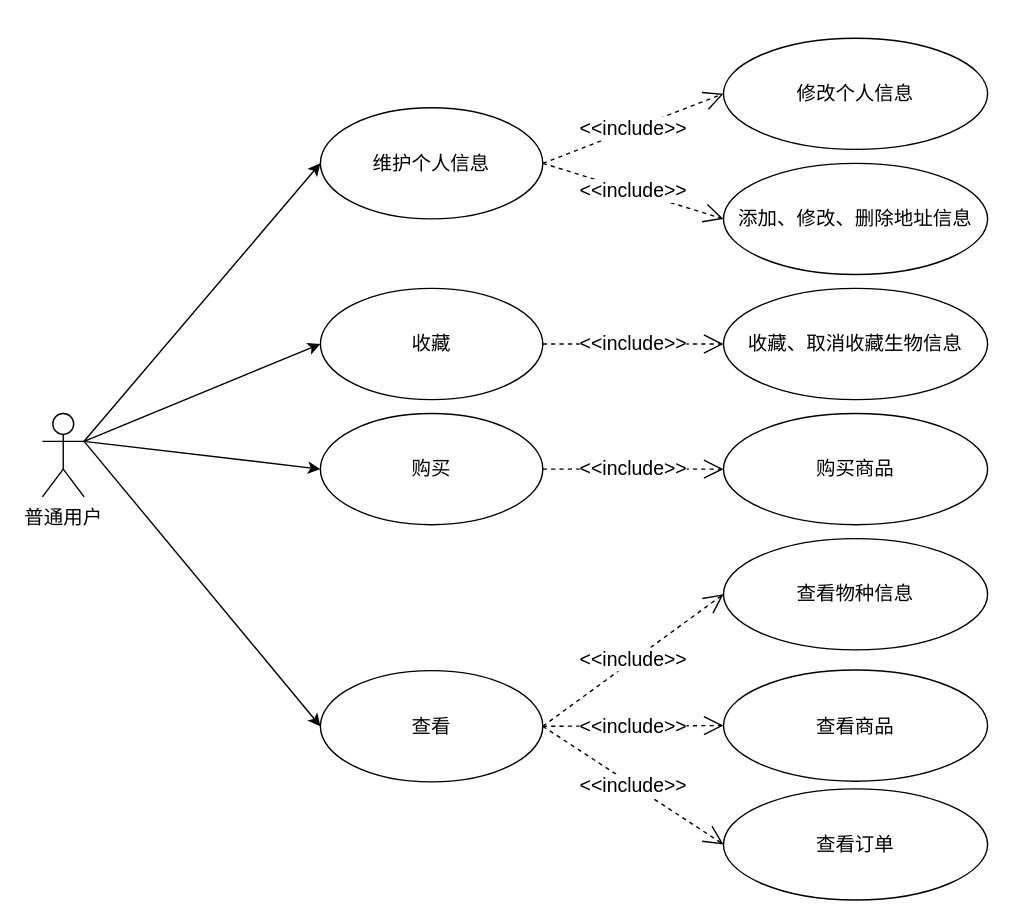
Above: 用户用例.drawio in huapigudemilu/engineeringsoftware (draw.io), before the change. Source tidied: cells renumbered, new cells numbered last; positions are measured from the earlier drawing's top-left corner, leaving out a move shared by most shapes. Both pictures are drawn from the tidied source at 139%, with x=0, y=0 at pixel (42, 38).
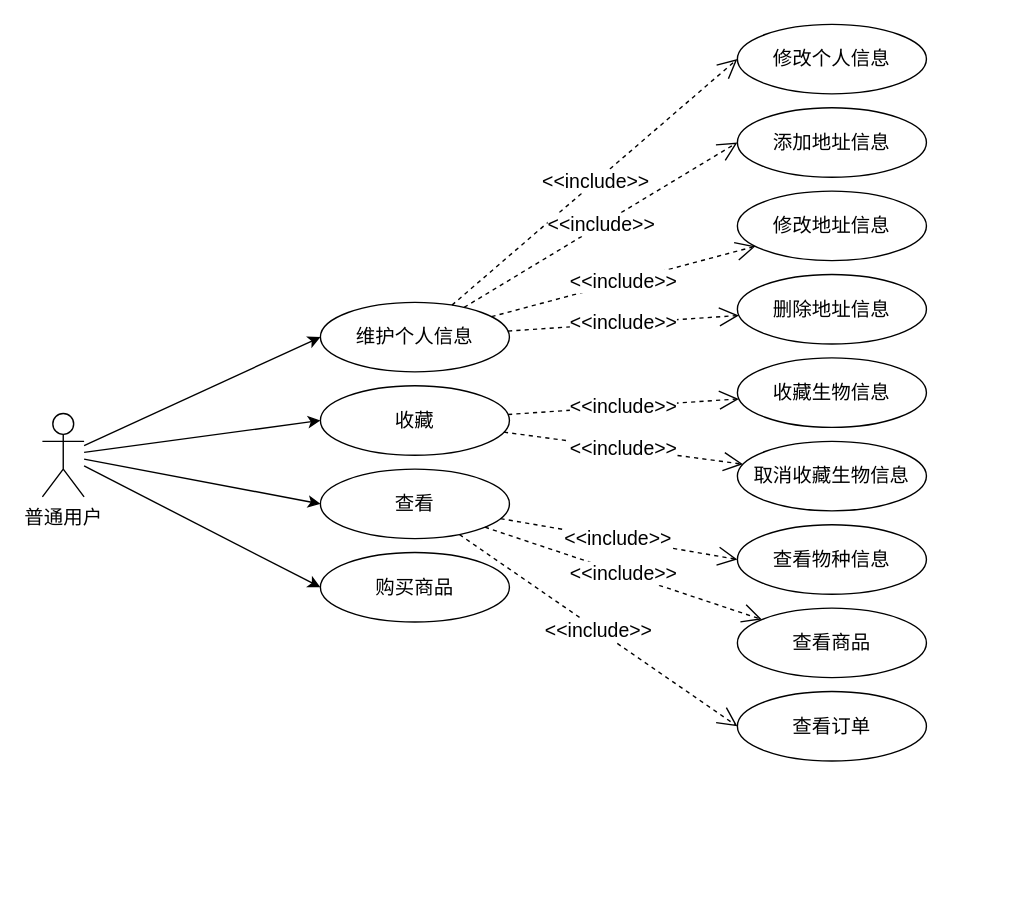
The same page after the edit.

Commit message:
更新用户用例.drawio

The change refers to these unchanged cells:
```xml
<mxCell id="2" value="&lt;font style=&quot;font-size: 14px;&quot;&gt;普通用户&lt;/font&gt;" style="shape=umlActor;verticalLabelPosition=bottom;verticalAlign=top;html=1;outlineConnect=0;" parent="1" vertex="1">
  <mxGeometry y="270" width="30" height="60" as="geometry" />
</mxCell>
```

Diff of the diagram source:
```diff
@@
     <mxCell id="3" value="&lt;font style=&quot;font-size: 14px;&quot;&gt;维护个人信息&lt;/font&gt;" style="ellipse;whiteSpace=wrap;html=1;" parent="1" vertex="1">
-      <mxGeometry x="200" y="50" width="160" height="80" as="geometry" />
+      <mxGeometry x="200" y="190" width="136" height="50" as="geometry" />
     </mxCell>
     <mxCell id="4" value="&lt;font style=&quot;font-size: 14px;&quot;&gt;收藏&lt;/font&gt;" style="ellipse;whiteSpace=wrap;html=1;" parent="1" vertex="1">
-      <mxGeometry x="200" y="180" width="160" height="80" as="geometry" />
+      <mxGeometry x="200" y="250" width="136" height="50" as="geometry" />
     </mxCell>
-    <mxCell id="5" value="&lt;font style=&quot;font-size: 14px;&quot;&gt;购买&lt;/font&gt;" style="ellipse;whiteSpace=wrap;html=1;" parent="1" vertex="1">
-      <mxGeometry x="200" y="270" width="160" height="80" as="geometry" />
+    <mxCell id="5" value="&lt;font style=&quot;font-size: 14px;&quot;&gt;购买商品&lt;/font&gt;" style="ellipse;whiteSpace=wrap;html=1;" parent="1" vertex="1">
+      <mxGeometry x="200" y="370" width="136" height="50" as="geometry" />
     </mxCell>
     <mxCell id="6" value="&lt;font style=&quot;font-size: 14px;&quot;&gt;查看&lt;/font&gt;" style="ellipse;whiteSpace=wrap;html=1;" parent="1" vertex="1">
-      <mxGeometry x="200" y="455" width="160" height="80" as="geometry" />
+      <mxGeometry x="200" y="310" width="136" height="50" as="geometry" />
     </mxCell>
     <mxCell id="7" value="&lt;font style=&quot;font-size: 14px;&quot;&gt;修改个人信息&lt;/font&gt;" style="ellipse;whiteSpace=wrap;html=1;" parent="1" vertex="1">
-      <mxGeometry x="490" width="190" height="80" as="geometry" />
+      <mxGeometry x="500" y="-10" width="136" height="50" as="geometry" />
     </mxCell>
-    <mxCell id="8" value="&lt;font style=&quot;font-size: 14px;&quot;&gt;添加、修改、删除地址信息&lt;/font&gt;" style="ellipse;whiteSpace=wrap;html=1;" parent="1" vertex="1">
-      <mxGeometry x="490" y="90" width="190" height="80" as="geometry" />
+    <mxCell id="8" value="&lt;font style=&quot;font-size: 14px;&quot;&gt;添加地址信息&lt;/font&gt;" style="ellipse;whiteSpace=wrap;html=1;" parent="1" vertex="1">
+      <mxGeometry x="500" y="50" width="136" height="50" as="geometry" />
     </mxCell>
-    <mxCell id="9" style="endArrow=classic;html=1;rounded=0;exitX=1;exitY=0.3333333333333333;exitDx=0;exitDy=0;exitPerimeter=0;entryX=0;entryY=0.5;entryDx=0;entryDy=0;" parent="1" edge="1" source="2" target="3">
+    <mxCell id="9" style="endArrow=classic;html=1;rounded=0;entryX=0;entryY=0.5;entryDx=0;entryDy=0;" parent="1" edge="1" source="2" target="3">
       <mxGeometry relative="1" as="geometry" />
     </mxCell>
-    <mxCell id="10" style="endArrow=classic;html=1;rounded=0;exitX=1;exitY=0.3333333333333333;exitDx=0;exitDy=0;exitPerimeter=0;entryX=0;entryY=0.5;entryDx=0;entryDy=0;" parent="1" edge="1" source="2" target="4">
+    <mxCell id="10" style="endArrow=classic;html=1;rounded=0;entryX=0;entryY=0.5;entryDx=0;entryDy=0;" parent="1" edge="1" source="2" target="4">
       <mxGeometry relative="1" as="geometry" />
     </mxCell>
-    <mxCell id="11" style="endArrow=classic;html=1;rounded=0;exitX=1;exitY=0.3333333333333333;exitDx=0;exitDy=0;exitPerimeter=0;entryX=0;entryY=0.5;entryDx=0;entryDy=0;" parent="1" edge="1" source="2" target="5">
+    <mxCell id="11" style="endArrow=classic;html=1;rounded=0;entryX=0;entryY=0.5;entryDx=0;entryDy=0;" parent="1" edge="1" source="2" target="5">
       <mxGeometry relative="1" as="geometry" />
     </mxCell>
-    <mxCell id="12" style="endArrow=classic;html=1;rounded=0;exitX=1;exitY=0.3333333333333333;exitDx=0;exitDy=0;exitPerimeter=0;entryX=0;entryY=0.5;entryDx=0;entryDy=0;" parent="1" edge="1" source="2" target="6">
+    <mxCell id="12" style="endArrow=classic;html=1;rounded=0;entryX=0;entryY=0.5;entryDx=0;entryDy=0;" parent="1" edge="1" source="2" target="6">
       <mxGeometry relative="1" as="geometry" />
     </mxCell>
-    <mxCell id="13" value="&lt;font style=&quot;font-size: 14px;&quot;&gt;收藏、取消收藏生物信息&lt;/font&gt;" style="ellipse;whiteSpace=wrap;html=1;" parent="1" vertex="1">
-      <mxGeometry x="490" y="180" width="190" height="80" as="geometry" />
+    <mxCell id="13" value="&lt;font style=&quot;font-size: 14px;&quot;&gt;收藏生物信息&lt;/font&gt;" style="ellipse;whiteSpace=wrap;html=1;" parent="1" vertex="1">
+      <mxGeometry x="500" y="230" width="136" height="50" as="geometry" />
     </mxCell>
-    <mxCell id="14" value="&lt;font style=&quot;font-size: 14px;&quot;&gt;购买商品&lt;/font&gt;" style="ellipse;whiteSpace=wrap;html=1;" parent="1" vertex="1">
-      <mxGeometry x="490" y="270" width="190" height="80" as="geometry" />
-    </mxCell>
     <mxCell id="15" value="&lt;font style=&quot;font-size: 14px;&quot;&gt;查看物种信息&lt;/font&gt;" style="ellipse;whiteSpace=wrap;html=1;" parent="1" vertex="1">
-      <mxGeometry x="490" y="360" width="190" height="80" as="geometry" />
+      <mxGeometry x="500" y="350" width="136" height="50" as="geometry" />
     </mxCell>
     <mxCell id="16" value="&lt;font style=&quot;font-size: 14px;&quot;&gt;查看商品&lt;/font&gt;" style="ellipse;whiteSpace=wrap;html=1;" parent="1" vertex="1">
-      <mxGeometry x="490" y="454.5" width="190" height="80" as="geometry" />
+      <mxGeometry x="500" y="410" width="136" height="50" as="geometry" />
     </mxCell>
     <mxCell id="17" value="&lt;font style=&quot;font-size: 14px;&quot;&gt;查看订单&lt;/font&gt;" style="ellipse;whiteSpace=wrap;html=1;" parent="1" vertex="1">
-      <mxGeometry x="490" y="540" width="190" height="80" as="geometry" />
+      <mxGeometry x="500" y="470" width="136" height="50" as="geometry" />
     </mxCell>
-    <mxCell id="18" value="&lt;font style=&quot;font-size: 14px;&quot;&gt;&amp;lt;&amp;lt;include&amp;gt;&amp;gt;&lt;/font&gt;" style="endArrow=open;endSize=12;dashed=1;html=1;rounded=0;exitX=1;exitY=0.5;exitDx=0;exitDy=0;entryX=0;entryY=0.5;entryDx=0;entryDy=0;" parent="1" edge="1" source="3" target="7">
+    <mxCell id="18" value="&lt;font style=&quot;font-size: 14px;&quot;&gt;&amp;lt;&amp;lt;include&amp;gt;&amp;gt;&lt;/font&gt;" style="endArrow=open;endSize=12;dashed=1;html=1;rounded=0;entryX=0;entryY=0.5;entryDx=0;entryDy=0;" parent="1" edge="1" source="3" target="7">
       <mxGeometry relative="1" as="geometry" />
     </mxCell>
-    <mxCell id="19" value="&lt;font style=&quot;font-size: 14px;&quot;&gt;&amp;lt;&amp;lt;include&amp;gt;&amp;gt;&lt;/font&gt;" style="endArrow=open;endSize=12;dashed=1;html=1;rounded=0;exitX=1;exitY=0.5;exitDx=0;exitDy=0;entryX=0;entryY=0.5;entryDx=0;entryDy=0;" parent="1" edge="1" source="3" target="8">
+    <mxCell id="19" value="&lt;font style=&quot;font-size: 14px;&quot;&gt;&amp;lt;&amp;lt;include&amp;gt;&amp;gt;&lt;/font&gt;" style="endArrow=open;endSize=12;dashed=1;html=1;rounded=0;entryX=0;entryY=0.5;entryDx=0;entryDy=0;" parent="1" edge="1" source="3" target="8">
       <mxGeometry relative="1" as="geometry" />
     </mxCell>
@@
-    <mxCell id="21" value="&lt;font style=&quot;font-size: 14px;&quot;&gt;&amp;lt;&amp;lt;include&amp;gt;&amp;gt;&lt;/font&gt;" style="endArrow=open;endSize=12;dashed=1;html=1;rounded=0;" parent="1" edge="1" source="5" target="14">
-      <mxGeometry relative="1" as="geometry" />
-    </mxCell>
-    <mxCell id="22" value="&lt;font style=&quot;font-size: 14px;&quot;&gt;&amp;lt;&amp;lt;include&amp;gt;&amp;gt;&lt;/font&gt;" style="endArrow=open;endSize=12;dashed=1;html=1;rounded=0;exitX=1;exitY=0.5;exitDx=0;exitDy=0;entryX=0;entryY=0.5;entryDx=0;entryDy=0;" parent="1" edge="1" source="6" target="15">
+    <mxCell id="22" value="&lt;font style=&quot;font-size: 14px;&quot;&gt;&amp;lt;&amp;lt;include&amp;gt;&amp;gt;&lt;/font&gt;" style="endArrow=open;endSize=12;dashed=1;html=1;rounded=0;entryX=0;entryY=0.5;entryDx=0;entryDy=0;" parent="1" edge="1" source="6" target="15">
       <mxGeometry relative="1" as="geometry" />
     </mxCell>
-    <mxCell id="23" value="&lt;font style=&quot;font-size: 14px;&quot;&gt;&amp;lt;&amp;lt;include&amp;gt;&amp;gt;&lt;/font&gt;" style="endArrow=open;endSize=12;dashed=1;html=1;rounded=0;exitX=1;exitY=0.5;exitDx=0;exitDy=0;" parent="1" edge="1" source="6" target="16">
+    <mxCell id="23" value="&lt;font style=&quot;font-size: 14px;&quot;&gt;&amp;lt;&amp;lt;include&amp;gt;&amp;gt;&lt;/font&gt;" style="endArrow=open;endSize=12;dashed=1;html=1;rounded=0;" parent="1" edge="1" source="6" target="16">
       <mxGeometry relative="1" as="geometry" />
     </mxCell>
-    <mxCell id="24" value="&lt;font style=&quot;font-size: 14px;&quot;&gt;&amp;lt;&amp;lt;include&amp;gt;&amp;gt;&lt;/font&gt;" style="endArrow=open;endSize=12;dashed=1;html=1;rounded=0;exitX=1;exitY=0.5;exitDx=0;exitDy=0;entryX=0;entryY=0.5;entryDx=0;entryDy=0;" parent="1" edge="1" source="6" target="17">
+    <mxCell id="24" value="&lt;font style=&quot;font-size: 14px;&quot;&gt;&amp;lt;&amp;lt;include&amp;gt;&amp;gt;&lt;/font&gt;" style="endArrow=open;endSize=12;dashed=1;html=1;rounded=0;entryX=0;entryY=0.5;entryDx=0;entryDy=0;" parent="1" edge="1" source="6" target="17">
       <mxGeometry relative="1" as="geometry" />
     </mxCell>
+    <mxCell id="25" value="&lt;font style=&quot;font-size: 14px;&quot;&gt;取消收藏生物信息&lt;/font&gt;" style="ellipse;whiteSpace=wrap;html=1;" parent="1" vertex="1">
+      <mxGeometry x="500" y="290" width="136" height="50" as="geometry" />
+    </mxCell>
+    <mxCell id="26" value="&lt;font style=&quot;font-size: 14px;&quot;&gt;修改地址信息&lt;/font&gt;" style="ellipse;whiteSpace=wrap;html=1;" parent="1" vertex="1">
+      <mxGeometry x="500" y="110" width="136" height="50" as="geometry" />
+    </mxCell>
+    <mxCell id="27" value="&lt;font style=&quot;font-size: 14px;&quot;&gt;删除地址信息&lt;/font&gt;" style="ellipse;whiteSpace=wrap;html=1;" parent="1" vertex="1">
+      <mxGeometry x="500" y="170" width="136" height="50" as="geometry" />
+    </mxCell>
+    <mxCell id="28" value="&lt;font style=&quot;font-size: 14px;&quot;&gt;&amp;lt;&amp;lt;include&amp;gt;&amp;gt;&lt;/font&gt;" style="endArrow=open;endSize=12;dashed=1;html=1;rounded=0;" parent="1" edge="1" source="3" target="26">
+      <mxGeometry relative="1" as="geometry" />
+    </mxCell>
+    <mxCell id="29" value="&lt;font style=&quot;font-size: 14px;&quot;&gt;&amp;lt;&amp;lt;include&amp;gt;&amp;gt;&lt;/font&gt;" style="endArrow=open;endSize=12;dashed=1;html=1;rounded=0;" parent="1" edge="1" source="3" target="27">
+      <mxGeometry relative="1" as="geometry" />
+    </mxCell>
+    <mxCell id="30" value="&lt;font style=&quot;font-size: 14px;&quot;&gt;&amp;lt;&amp;lt;include&amp;gt;&amp;gt;&lt;/font&gt;" style="endArrow=open;endSize=12;dashed=1;html=1;rounded=0;" parent="1" edge="1" source="4" target="25">
+      <mxGeometry relative="1" as="geometry" />
+    </mxCell>
```
